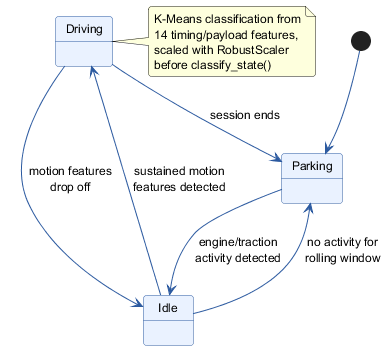
Earlier version of the PlantUML export thesis/diagrams/state_vehicle.png (mootazkraiem/DiagTool). Source of this version:
```plantuml
@startuml
skinparam backgroundColor white
skinparam defaultFontName Helvetica
skinparam defaultFontSize 12
skinparam shadowing false
skinparam roundcorner 6
skinparam state {
  BackgroundColor #EAF2FF
  BorderColor #2C5AA0
  ArrowColor #2C5AA0
}

[*] --> Parking

Parking --> Idle : engine/traction\nactivity detected
Idle --> Driving : sustained motion\nfeatures detected
Driving --> Idle : motion features\ndrop off
Idle --> Parking : no activity for\nrolling window
Driving --> Parking : session ends

note right of Driving
  K-Means classification from
  14 timing/payload features,
  scaled with RobustScaler
  before classify_state()
end note
@enduml
```
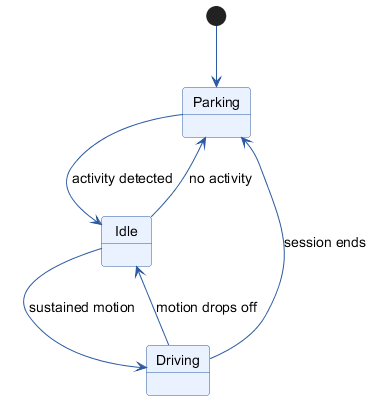
After the commit.

What changed in the source:
```diff
@@ -1,7 +1,7 @@
 @startuml
 skinparam backgroundColor white
 skinparam defaultFontName Helvetica
-skinparam defaultFontSize 12
+skinparam defaultFontSize 14
 skinparam shadowing false
 skinparam roundcorner 6
 skinparam state {
@@ -12,16 +12,9 @@
 
 [*] --> Parking
 
-Parking --> Idle : engine/traction\nactivity detected
-Idle --> Driving : sustained motion\nfeatures detected
-Driving --> Idle : motion features\ndrop off
-Idle --> Parking : no activity for\nrolling window
+Parking --> Idle : activity detected
+Idle --> Driving : sustained motion
+Driving --> Idle : motion drops off
+Idle --> Parking : no activity
 Driving --> Parking : session ends
-
-note right of Driving
-  K-Means classification from
-  14 timing/payload features,
-  scaled with RobustScaler
-  before classify_state()
-end note
 @enduml
```
